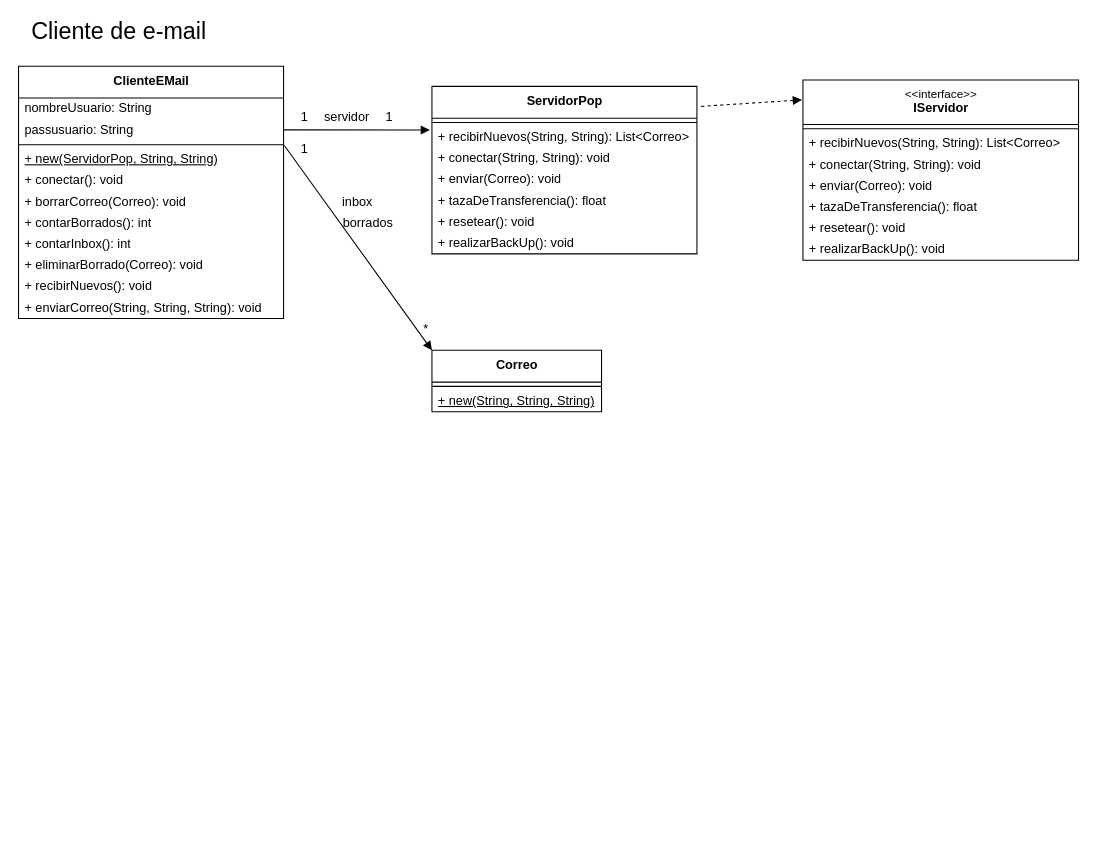
Above: TP - SOLID/TP-SOLID.drawio in dkippes/Programacion-Orientada-Objetos-2 (draw.io), before the change. Source tidied: cells renumbered, new cells numbered last; positions are measured from the earlier drawing's top-left corner, leaving out a move shared by most shapes. Both pictures are drawn from the tidied source at 106%, with x=0, y=0 at pixel (18, 21).
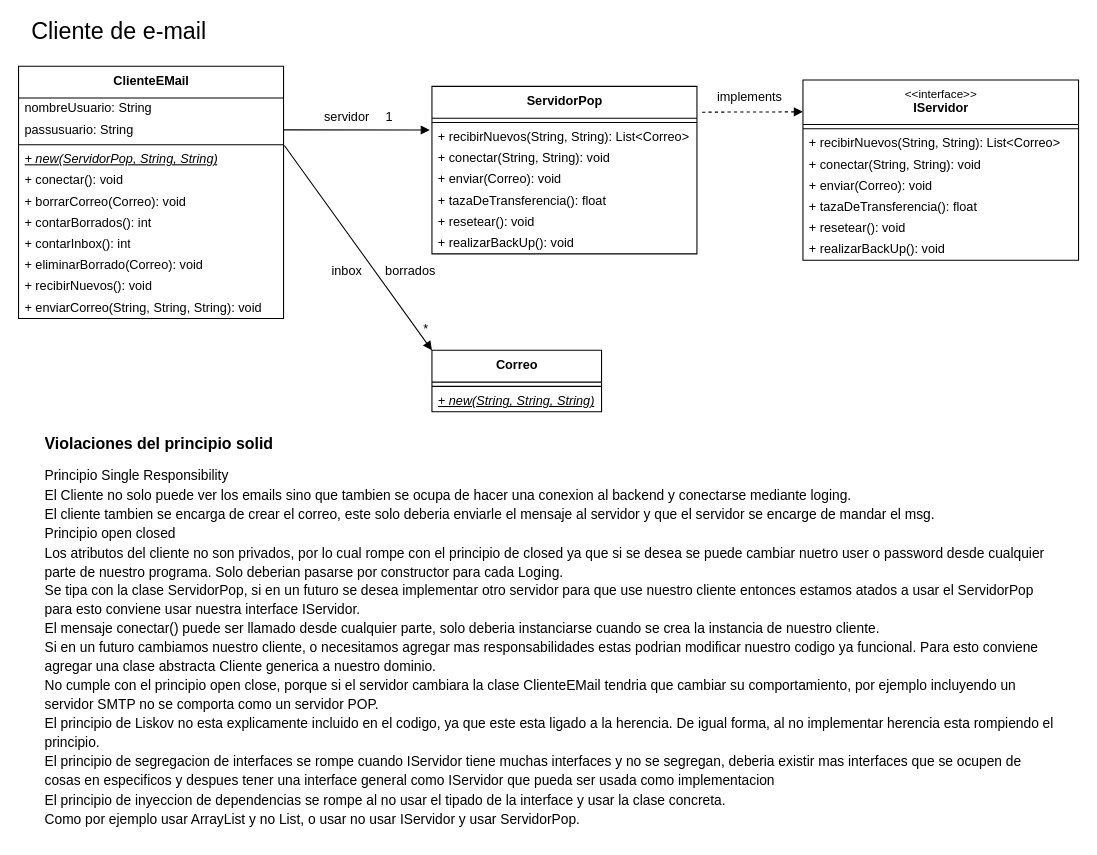
The same page after the edit.

Unchanged cells that the change refers to:
```xml
<mxCell id="13" value="&amp;lt;&amp;lt;interface&amp;gt;&amp;gt;&lt;br&gt;&lt;span style=&quot;font-size: 12px ; font-weight: 700&quot;&gt;IServidor&lt;/span&gt;" style="swimlane;fontStyle=0;align=center;verticalAlign=top;horizontal=1;startSize=42;html=1;labelBackgroundColor=none;labelBorderColor=none;fontSize=11;" parent="1" vertex="1">
  <mxGeometry x="740" y="55" width="260" height="170" as="geometry" />
</mxCell>
<mxCell id="21" value="&lt;span style=&quot;font-size: 12px ; font-weight: 700&quot;&gt;Correo&lt;/span&gt;" style="swimlane;fontStyle=0;align=center;verticalAlign=top;horizontal=1;startSize=30;html=1;labelBackgroundColor=none;labelBorderColor=none;fontSize=11;" parent="1" vertex="1">
  <mxGeometry x="390" y="310" width="160" height="58" as="geometry" />
</mxCell>
<mxCell id="24" value="&lt;span style=&quot;font-size: 12px ; font-weight: 700&quot;&gt;ServidorPop&lt;/span&gt;" style="swimlane;fontStyle=0;align=center;verticalAlign=top;horizontal=1;startSize=30;html=1;labelBackgroundColor=none;labelBorderColor=none;fontSize=11;" parent="1" vertex="1">
  <mxGeometry x="390" y="61" width="250" height="158" as="geometry" />
</mxCell>
<mxCell id="32" value="&lt;span style=&quot;font-size: 12px ; font-weight: 700&quot;&gt;ClienteEMail&lt;/span&gt;" style="swimlane;fontStyle=0;align=center;verticalAlign=top;horizontal=1;startSize=30;html=1;labelBackgroundColor=none;labelBorderColor=none;fontSize=11;" parent="1" vertex="1">
  <mxGeometry y="42" width="250" height="238" as="geometry" />
</mxCell>
```

The edit, as a diff of the source:
```diff
@@
-    <mxCell id="4" value="1" style="text;html=1;strokeColor=none;fillColor=none;align=center;verticalAlign=middle;whiteSpace=wrap;rounded=0;" parent="1" vertex="1">
-      <mxGeometry x="250" y="110" width="40" height="20" as="geometry" />
-    </mxCell>
     <mxCell id="5" value="borrados" style="text;html=1;strokeColor=none;fillColor=none;align=center;verticalAlign=middle;whiteSpace=wrap;rounded=0;" parent="1" vertex="1">
-      <mxGeometry x="310" y="180" width="40" height="20" as="geometry" />
+      <mxGeometry x="350" y="225" width="40" height="20" as="geometry" />
     </mxCell>
@@
     <mxCell id="9" value="inbox" style="text;html=1;strokeColor=none;fillColor=none;align=center;verticalAlign=middle;whiteSpace=wrap;rounded=0;" parent="1" vertex="1">
-      <mxGeometry x="300" y="160" width="40" height="20" as="geometry" />
+      <mxGeometry x="290" y="225" width="40" height="20" as="geometry" />
     </mxCell>
-    <mxCell id="10" value="1" style="text;html=1;strokeColor=none;fillColor=none;align=center;verticalAlign=middle;whiteSpace=wrap;rounded=0;" parent="1" vertex="1">
-      <mxGeometry x="250" y="80" width="40" height="20" as="geometry" />
-    </mxCell>
@@
-    <mxCell id="12" style="edgeStyle=none;jettySize=auto;html=1;exitX=-0.004;exitY=0.11;exitDx=0;exitDy=0;endArrow=none;endFill=0;rounded=0;exitPerimeter=0;startArrow=block;startFill=1;entryX=1.01;entryY=0.12;entryDx=0;entryDy=0;entryPerimeter=0;dashed=1;" parent="1" edge="1" source="13" target="24">
-      <mxGeometry relative="1" as="geometry" />
+    <mxCell id="12" style="edgeStyle=none;jettySize=auto;html=1;endArrow=none;endFill=0;rounded=0;startArrow=block;startFill=1;entryX=1.01;entryY=0.154;entryDx=0;entryDy=0;entryPerimeter=0;dashed=1;" parent="1" edge="1" target="24">
+      <mxGeometry relative="1" as="geometry">
+        <mxPoint x="740" y="85" as="sourcePoint" />
+      </mxGeometry>
     </mxCell>
@@
-    <mxCell id="23" value="&lt;span style=&quot;font-size: 12px&quot;&gt;&lt;u&gt;+ new(String, String, String)&lt;/u&gt;&lt;/span&gt;" style="text;html=1;strokeColor=none;fillColor=none;align=left;verticalAlign=middle;spacingLeft=4;spacingRight=4;overflow=hidden;labelBackgroundColor=none;labelBorderColor=none;fontSize=11;" parent="21" vertex="1">
+    <mxCell id="23" value="&lt;span style=&quot;font-size: 12px&quot;&gt;&lt;u&gt;&lt;i&gt;+ new(String, String, String)&lt;/i&gt;&lt;/u&gt;&lt;/span&gt;" style="text;html=1;strokeColor=none;fillColor=none;align=left;verticalAlign=middle;spacingLeft=4;spacingRight=4;overflow=hidden;labelBackgroundColor=none;labelBorderColor=none;fontSize=11;" parent="21" vertex="1">
       <mxGeometry y="38" width="160" height="20" as="geometry" />
     </mxCell>
@@
-    <mxCell id="36" value="&lt;span style=&quot;font-size: 12px&quot;&gt;&lt;u&gt;+ new(ServidorPop, String, String)&lt;/u&gt;&lt;/span&gt;" style="text;html=1;strokeColor=none;fillColor=none;align=left;verticalAlign=middle;spacingLeft=4;spacingRight=4;overflow=hidden;points=[[0,0.5],[1,0.5]];portConstraint=eastwest;labelBackgroundColor=none;labelBorderColor=none;fontSize=11;" parent="32" vertex="1">
+    <mxCell id="36" value="&lt;span style=&quot;font-size: 12px&quot;&gt;&lt;u&gt;&lt;i&gt;+ new(ServidorPop, String, String)&lt;/i&gt;&lt;/u&gt;&lt;/span&gt;" style="text;html=1;strokeColor=none;fillColor=none;align=left;verticalAlign=middle;spacingLeft=4;spacingRight=4;overflow=hidden;points=[[0,0.5],[1,0.5]];portConstraint=eastwest;labelBackgroundColor=none;labelBorderColor=none;fontSize=11;" parent="32" vertex="1">
       <mxGeometry y="78" width="250" height="20" as="geometry" />
     </mxCell>
@@
+    <mxCell id="44" value="&lt;h1 style=&quot;font-size: 15px;&quot;&gt;&lt;font style=&quot;font-size: 15px;&quot;&gt;Violaciones del principio solid&lt;/font&gt;&lt;/h1&gt;&lt;p style=&quot;line-height: 1.38; margin-top: 0pt; margin-bottom: 0pt; font-size: 15px;&quot; dir=&quot;ltr&quot;&gt;&lt;span style=&quot;font-family: Arial; color: rgb(0, 0, 0); background-color: transparent; font-weight: 400; font-style: normal; font-variant: normal; text-decoration: none; vertical-align: baseline;&quot;&gt;&lt;font style=&quot;font-size: 13px;&quot;&gt;Principio Single Responsibility&lt;/font&gt;&lt;/span&gt;&lt;/p&gt;&lt;p style=&quot;line-height: 1.38; margin-top: 0pt; margin-bottom: 0pt; font-size: 13px;&quot; dir=&quot;ltr&quot;&gt;&lt;span style=&quot;font-family: Arial; color: rgb(0, 0, 0); background-color: transparent; font-weight: 400; font-style: normal; font-variant: normal; text-decoration: none; vertical-align: baseline;&quot;&gt;&lt;font style=&quot;font-size: 13px;&quot;&gt;El Cliente no solo puede ver los emails sino que tambien se ocupa de hacer una conexion al backend y conectarse mediante loging.&lt;/font&gt;&lt;/span&gt;&lt;/p&gt;&lt;p style=&quot;line-height: 1.38; margin-top: 0pt; margin-bottom: 0pt; font-size: 13px;&quot; dir=&quot;ltr&quot;&gt;&lt;span style=&quot;font-family: Arial; color: rgb(0, 0, 0); background-color: transparent; font-weight: 400; font-style: normal; font-variant: normal; text-decoration: none; vertical-align: baseline;&quot;&gt;&lt;font style=&quot;font-size: 13px;&quot;&gt;El cliente tambien se encarga de crear el correo, este solo deberia enviarle el mensaje al servidor y que el servidor se encarge de mandar el msg.&lt;/font&gt;&lt;/span&gt;&lt;/p&gt;&lt;p style=&quot;line-height: 1.38; margin-top: 0pt; margin-bottom: 0pt; font-size: 13px;&quot; dir=&quot;ltr&quot;&gt;&lt;span style=&quot;font-family: Arial; color: rgb(0, 0, 0); background-color: transparent; font-weight: 400; font-style: normal; font-variant: normal; text-decoration: none; vertical-align: baseline;&quot;&gt;&lt;font style=&quot;font-size: 13px;&quot;&gt;Principio open closed&lt;/font&gt;&lt;/span&gt;&lt;/p&gt;&lt;p style=&quot;line-height: 1.38; margin-top: 0pt; margin-bottom: 0pt; font-size: 13px;&quot; dir=&quot;ltr&quot;&gt;&lt;span style=&quot;font-family: Arial; color: rgb(0, 0, 0); background-color: transparent; font-weight: 400; font-style: normal; font-variant: normal; text-decoration: none; vertical-align: baseline;&quot;&gt;&lt;font style=&quot;font-size: 13px;&quot;&gt;Los atributos del cliente no son privados, por lo cual rompe con el principio de closed ya que si se desea se puede cambiar nuetro user o password desde cualquier parte de nuestro programa. Solo deberian pasarse por constructor para cada Loging.&lt;/font&gt;&lt;/span&gt;&lt;/p&gt;&lt;p style=&quot;line-height: 1.38; margin-top: 0pt; margin-bottom: 0pt; font-size: 13px;&quot; dir=&quot;ltr&quot;&gt;&lt;span style=&quot;font-family: Arial; color: rgb(0, 0, 0); background-color: transparent; font-weight: 400; font-style: normal; font-variant: normal; text-decoration: none; vertical-align: baseline;&quot;&gt;&lt;font style=&quot;font-size: 13px;&quot;&gt;Se tipa con la clase ServidorPop, si en un futuro se desea implementar otro servidor para que use nuestro cliente entonces estamos atados a usar el ServidorPop para esto conviene usar nuestra interface IServidor.&lt;/font&gt;&lt;/span&gt;&lt;/p&gt;&lt;p style=&quot;line-height: 1.38; margin-top: 0pt; margin-bottom: 0pt; font-size: 13px;&quot; dir=&quot;ltr&quot;&gt;&lt;span style=&quot;font-family: Arial; color: rgb(0, 0, 0); background-color: transparent; font-weight: 400; font-style: normal; font-variant: normal; text-decoration: none; vertical-align: baseline;&quot;&gt;&lt;font style=&quot;font-size: 13px;&quot;&gt;El mensaje conectar() puede ser llamado desde cualquier parte, solo deberia instanciarse cuando se crea la instancia de nuestro cliente.&lt;/font&gt;&lt;/span&gt;&lt;/p&gt;&lt;p style=&quot;line-height: 1.38; margin-top: 0pt; margin-bottom: 0pt; font-size: 13px;&quot; dir=&quot;ltr&quot;&gt;&lt;span style=&quot;font-family: Arial; color: rgb(0, 0, 0); background-color: transparent; font-weight: 400; font-style: normal; font-variant: normal; text-decoration: none; vertical-align: baseline;&quot;&gt;&lt;font style=&quot;font-size: 13px;&quot;&gt;Si en un futuro cambiamos nuestro cliente, o necesitamos agregar mas responsabilidades estas podrian modificar nuestro codigo ya funcional. Para esto conviene agregar una clase abstracta Cliente generica a nuestro dominio.&lt;/font&gt;&lt;/span&gt;&lt;/p&gt;&lt;p style=&quot;line-height: 1.38; margin-top: 0pt; margin-bottom: 0pt; font-size: 13px;&quot; dir=&quot;ltr&quot;&gt;&lt;span style=&quot;font-family: Arial; color: rgb(0, 0, 0); background-color: transparent; font-weight: 400; font-style: normal; font-variant: normal; text-decoration: none; vertical-align: baseline;&quot;&gt;&lt;font style=&quot;font-size: 13px;&quot;&gt;No cumple con el principio open close, porque si el servidor cambiara la clase ClienteEMail tendria que cambiar su comportamiento, por ejemplo incluyendo un servidor SMTP no se comporta como un servidor POP.&lt;/font&gt;&lt;/span&gt;&lt;/p&gt;&lt;p style=&quot;line-height: 1.38; margin-top: 0pt; margin-bottom: 0pt; font-size: 13px;&quot; dir=&quot;ltr&quot;&gt;&lt;span style=&quot;font-family: Arial; color: rgb(0, 0, 0); background-color: transparent; font-weight: 400; font-style: normal; font-variant: normal; text-decoration: none; vertical-align: baseline;&quot;&gt;&lt;font style=&quot;font-size: 13px;&quot;&gt;El principio de Liskov no esta explicamente incluido en el codigo, ya que este esta ligado a la herencia. De igual forma, al no implementar herencia esta rompiendo el principio.&lt;/font&gt;&lt;/span&gt;&lt;/p&gt;&lt;p style=&quot;line-height: 1.38; margin-top: 0pt; margin-bottom: 0pt; font-size: 13px;&quot; dir=&quot;ltr&quot;&gt;&lt;span style=&quot;background-color: initial;&quot;&gt;El principio de segregacion de interfaces se rompe cuando IServidor tiene muchas interfaces y no se segregan, deberia existir mas interfaces que se ocupen de cosas en especificos y despues tener una interface general como IServidor que pueda ser usada como implementacion&lt;/span&gt;&lt;/p&gt;&lt;p style=&quot;line-height: 1.38; margin-top: 0pt; margin-bottom: 0pt; font-size: 13px;&quot; dir=&quot;ltr&quot;&gt;&lt;span style=&quot;font-family: Arial; color: rgb(0, 0, 0); background-color: transparent; font-weight: 400; font-style: normal; font-variant: normal; text-decoration: none; vertical-align: baseline;&quot;&gt;&lt;font style=&quot;font-size: 13px;&quot;&gt;El principio de inyeccion de dependencias se rompe al no usar el tipado de la interface y usar la clase concreta.&lt;/font&gt;&lt;/span&gt;&lt;/p&gt;&lt;p style=&quot;line-height: 1.38; margin-top: 0pt; margin-bottom: 0pt; font-size: 13px;&quot; dir=&quot;ltr&quot;&gt;&lt;span style=&quot;background-color: transparent; font-family: Arial;&quot;&gt;Como por ejemplo usar ArrayList y no List, o usar no usar IServidor y usar ServidorPop.&lt;/span&gt;&lt;/p&gt;&lt;div style=&quot;font-size: 13px;&quot;&gt;&lt;span style=&quot;font-family: Arial; color: rgb(0, 0, 0); background-color: transparent; font-weight: 400; font-style: normal; font-variant: normal; text-decoration: none; vertical-align: baseline;&quot;&gt;&lt;br&gt;&lt;/span&gt;&lt;/div&gt;" style="text;html=1;strokeColor=none;fillColor=none;spacing=5;spacingTop=-20;whiteSpace=wrap;overflow=hidden;rounded=0;" parent="1" vertex="1">
+      <mxGeometry x="20" y="390" width="960" height="380" as="geometry" />
+    </mxCell>
+    <mxCell id="45" value="implements" style="text;html=1;strokeColor=none;fillColor=none;align=center;verticalAlign=middle;whiteSpace=wrap;rounded=0;" parent="1" vertex="1">
+      <mxGeometry x="670" y="61" width="40" height="20" as="geometry" />
+    </mxCell>
```
